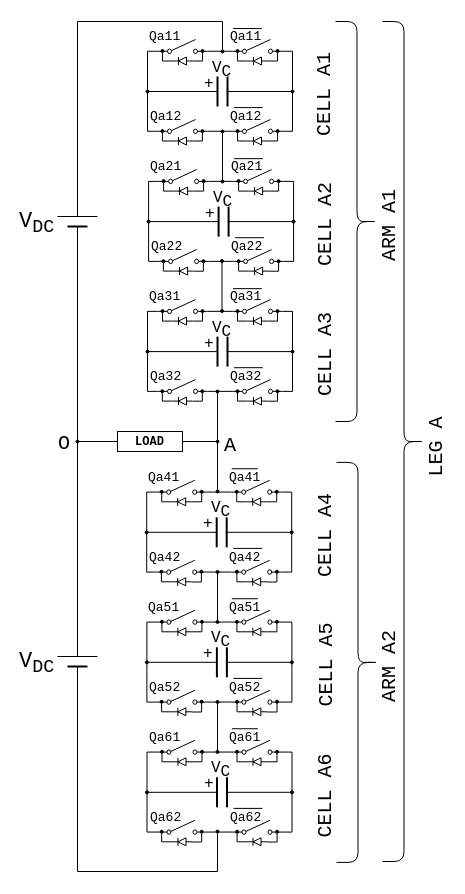
thece36/drawio keeps this draw.io diagram as 1PH_MMC_1LEG_v2.drawio. Above is the earlier version. Source tidied: cells renumbered, new cells numbered last; positions are measured from the earlier drawing's top-left corner, leaving out a move shared by most shapes. Both pictures are drawn from the tidied source at 100%, with x=0, y=0 at pixel (17, 21).
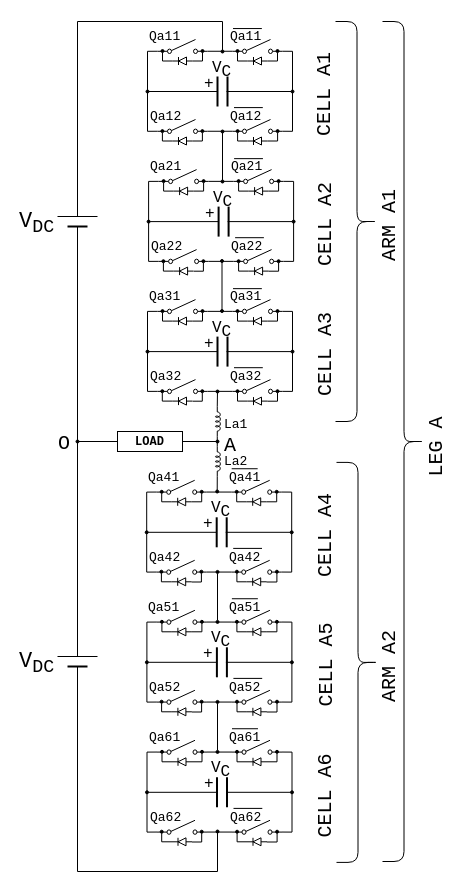
Above is the later version.

Change to the diagram source:
```diff
@@
-    <mxCell id="61" style="endArrow=oval;html=1;strokeWidth=1;fontFamily=Courier New;fontSize=16;startArrow=oval;startFill=1;endFill=1;endSize=3;startSize=3;" parent="1" edge="1">
+    <mxCell id="61" style="endArrow=oval;html=1;strokeWidth=1;fontFamily=Courier New;fontSize=16;startArrow=none;startFill=0;endFill=1;endSize=3;startSize=3;exitX=0;exitY=0.645;exitDx=0;exitDy=0;exitPerimeter=0;" parent="1" edge="1" source="258">
       <mxGeometry relative="1" as="geometry">
-        <mxPoint x="200" y="470" as="sourcePoint" />
         <mxPoint x="200" y="370" as="targetPoint" />
       </mxGeometry>
     </mxCell>
@@
+    <mxCell id="258" style="verticalLabelPosition=bottom;shadow=0;dashed=0;align=center;fillColor=#ffffff;html=1;verticalAlign=top;strokeWidth=1;shape=mxgraph.electrical.inductors.inductor_5;fontFamily=Courier New;fontSize=20;direction=south;" parent="1" vertex="1">
+      <mxGeometry x="198" y="385" width="5" height="30" as="geometry" />
+    </mxCell>
+    <mxCell id="259" style="edgeStyle=orthogonalEdgeStyle;rounded=0;jettySize=auto;html=1;exitX=1;exitY=0.645;exitDx=0;exitDy=0;exitPerimeter=0;startArrow=none;startFill=0;endArrow=oval;endFill=1;endSize=3;" parent="1" edge="1" source="261">
+      <mxGeometry relative="1" as="geometry">
+        <mxPoint x="199.7" y="470" as="targetPoint" />
+      </mxGeometry>
+    </mxCell>
+    <mxCell id="260" style="edgeStyle=orthogonalEdgeStyle;rounded=0;jettySize=auto;html=1;exitX=0;exitY=0.645;exitDx=0;exitDy=0;exitPerimeter=0;entryX=1;entryY=0.645;entryDx=0;entryDy=0;entryPerimeter=0;startArrow=none;startFill=0;endArrow=none;endFill=0;endSize=3;" parent="1" edge="1" source="261" target="258">
+      <mxGeometry relative="1" as="geometry" />
+    </mxCell>
+    <mxCell id="261" style="verticalLabelPosition=bottom;shadow=0;dashed=0;align=center;fillColor=#ffffff;html=1;verticalAlign=top;strokeWidth=1;shape=mxgraph.electrical.inductors.inductor_5;fontFamily=Courier New;fontSize=20;direction=south;" parent="1" vertex="1">
+      <mxGeometry x="198" y="425" width="5" height="30" as="geometry" />
+    </mxCell>
+    <mxCell id="262" value="&lt;font style=&quot;font-size: 13px&quot; face=&quot;Courier New&quot;&gt;La1&lt;/font&gt;" style="text;html=1;align=left;verticalAlign=top;spacingTop=-4;fontSize=13;" parent="1" vertex="1">
+      <mxGeometry x="204.5" y="391.6" width="35" height="20" as="geometry" />
+    </mxCell>
+    <mxCell id="263" value="&lt;font style=&quot;font-size: 13px&quot; face=&quot;Courier New&quot;&gt;La2&lt;/font&gt;" style="text;html=1;align=left;verticalAlign=top;spacingTop=-4;fontSize=13;" parent="1" vertex="1">
+      <mxGeometry x="204.5" y="429.1" width="35" height="20" as="geometry" />
+    </mxCell>
```
